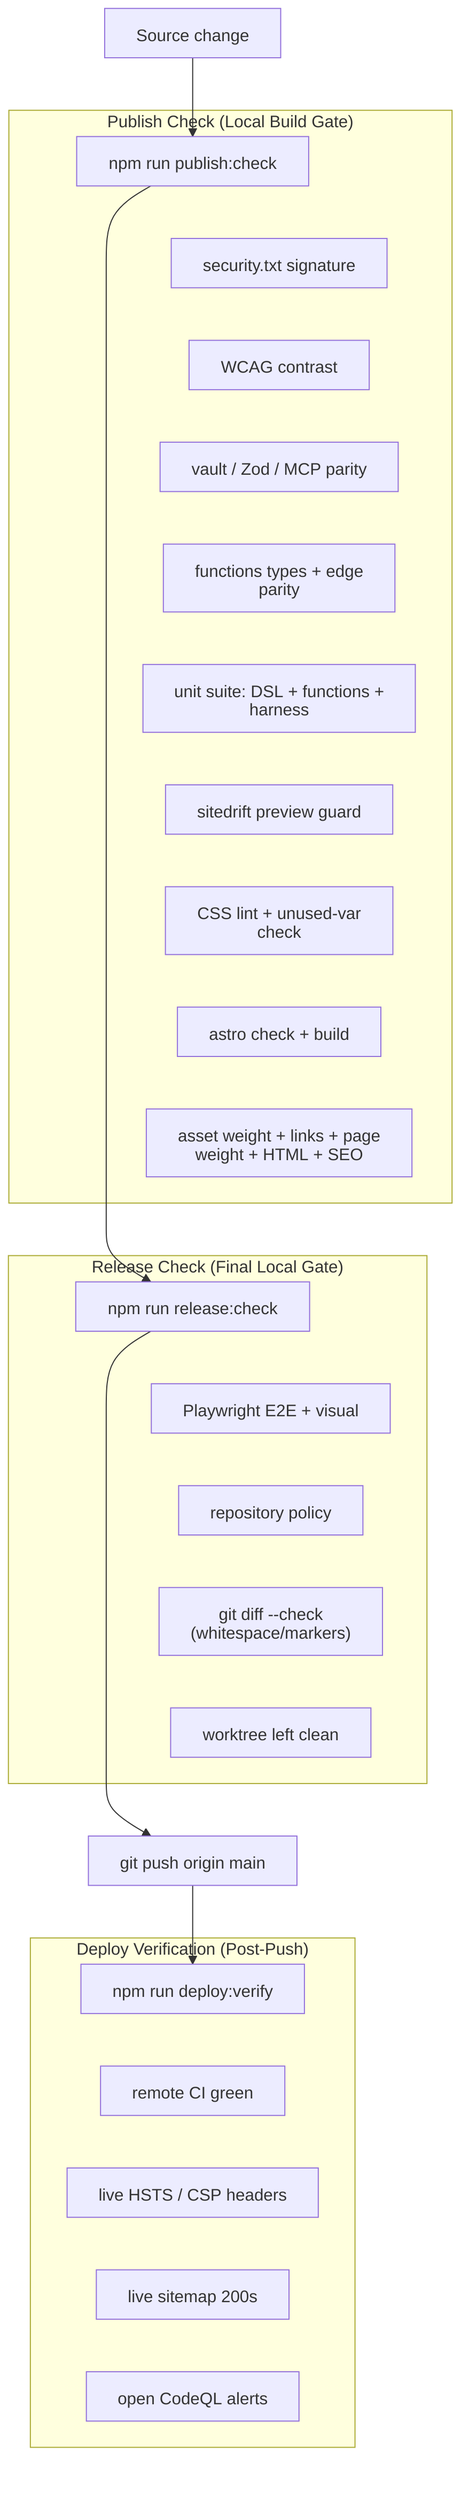
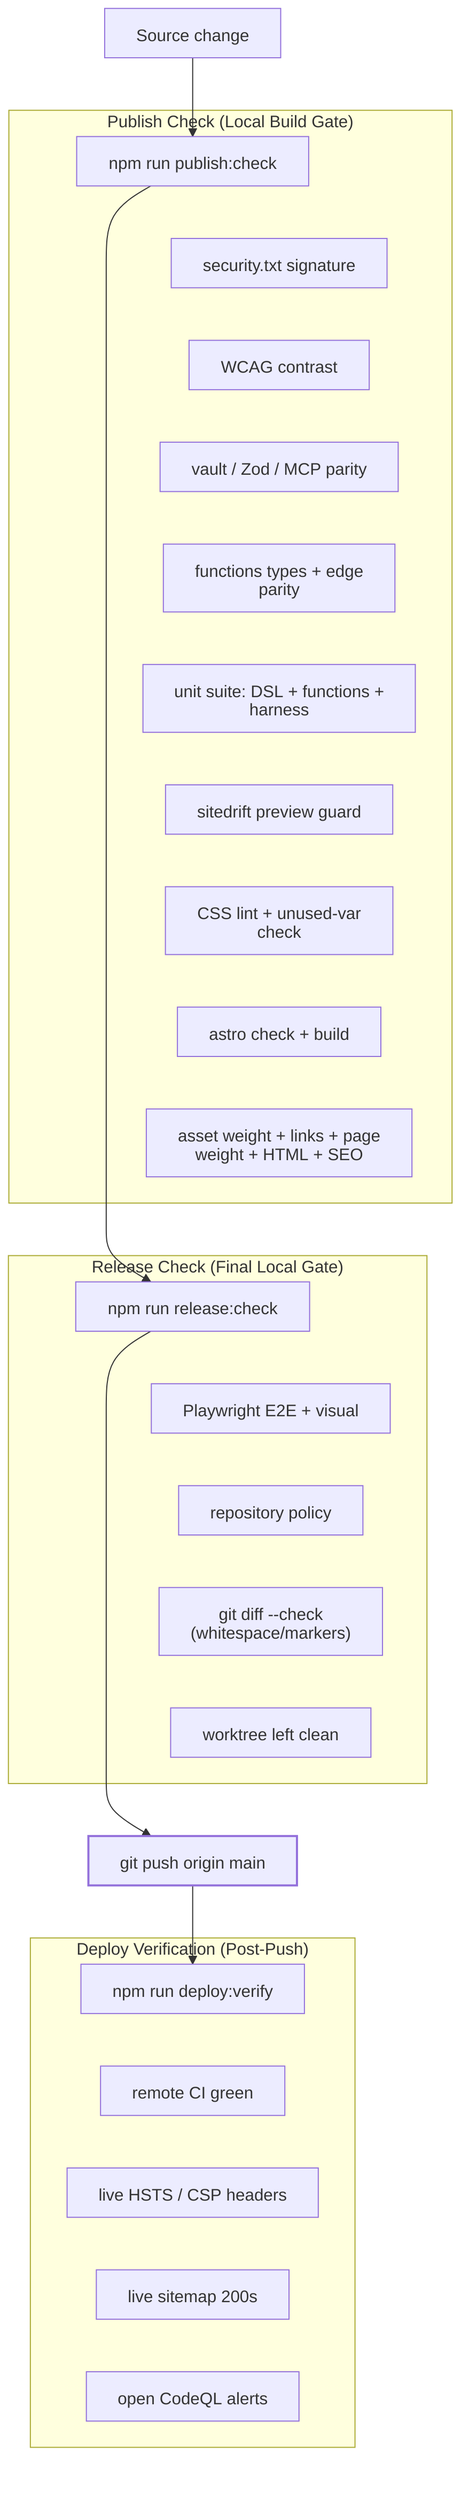
%%{init: { "htmlLabels": false } }%%
graph TD
    A["Source change"] --> B
    B --> C
    C --> D["git push origin main"]
    D --> E

    subgraph publish ["Publish Check (Local Build Gate)"]
        B["npm run publish:check"]
        B1["security.txt signature"]
        B2["WCAG contrast"]
        B3["vault / Zod / MCP parity"]
        B9["functions types + edge parity"]
        B8["unit suite: DSL + functions + harness"]
        B4["sitedrift preview guard"]
        B5["CSS lint + unused-var check"]
        B6["astro check + build"]
        B7["asset weight + links + page weight + HTML + SEO"]
    end

    subgraph release ["Release Check (Final Local Gate)"]
        C["npm run release:check"]
        C1["Playwright E2E + visual"]
        C2["repository policy"]
        C3["git diff --check (whitespace/markers)"]
        C4["worktree left clean"]
    end

    subgraph deploy ["Deploy Verification (Post-Push)"]
        E["npm run deploy:verify"]
        E1["remote CI green"]
        E2["live HSTS / CSP headers"]
        E3["live sitemap 200s"]
        E4["open CodeQL alerts"]
    end

    %% Force vertical layout nesting
    B ~~~ B1 ~~~ B2 ~~~ B3 ~~~ B9 ~~~ B8 ~~~ B4 ~~~ B5 ~~~ B6 ~~~ B7
    B7 ~~~ C
    C ~~~ C1 ~~~ C2 ~~~ C3 ~~~ C4
    C4 ~~~ D
    E ~~~ E1 ~~~ E2 ~~~ E3 ~~~ E4
+ 
+     %% the irreversible pivot — everything before is local, everything after is live
+     classDef anchor stroke-width:2px;
+     class D anchor;
